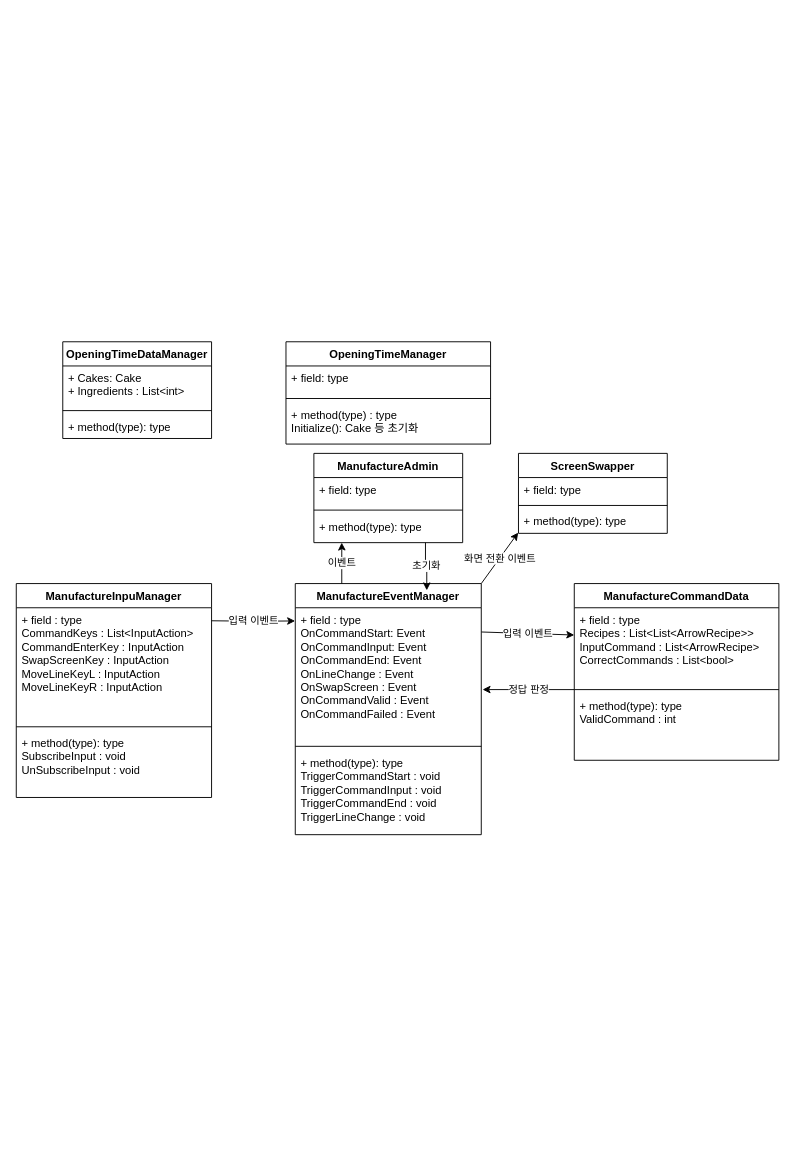
Before: Assets/Scripts/Manufacture/Manufacture.drawio in JeongHwanjun/Muffin, a draw.io diagram. Source tidied: cells renumbered, new cells numbered last; positions are measured from the earlier drawing's top-left corner, leaving out a move shared by most shapes. Both pictures are drawn from the tidied source at 93%, with x=0, y=0 at pixel (16, 341).
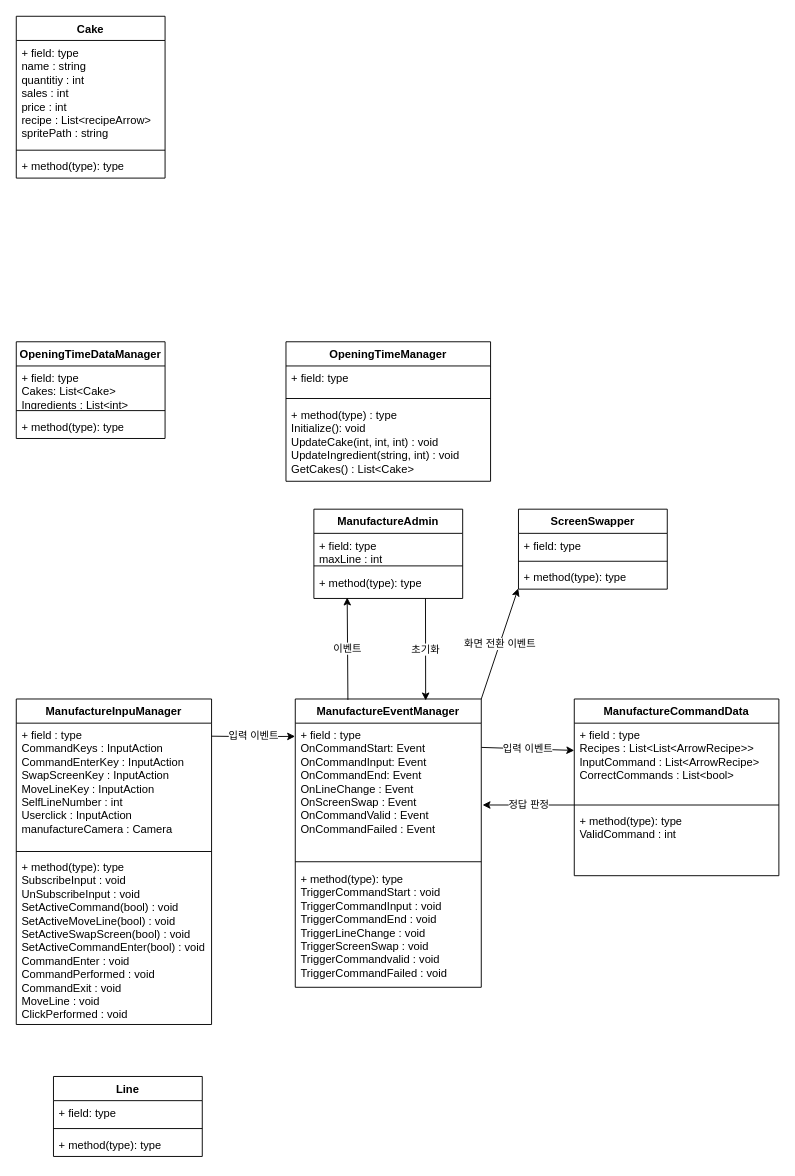
After the change.

The change refers to these unchanged cells:
```xml
<mxCell id="9" value="+ method(type): type" style="text;strokeColor=none;fillColor=none;align=left;verticalAlign=top;spacingLeft=4;spacingRight=4;overflow=hidden;points=[[0,0.5],[1,0.5]];portConstraint=eastwest;whiteSpace=wrap;html=1;" parent="6" vertex="1">
  <mxGeometry y="66" width="160" height="30" as="geometry" />
</mxCell>
```

What changed in the source:
```diff
@@
     <mxCell id="2" value="OpeningTimeManager" style="swimlane;fontStyle=1;align=center;verticalAlign=top;horizontal=1;startSize=26;whiteSpace=wrap;html=1;" parent="1" vertex="1">
-      <mxGeometry x="290" width="220" height="110" as="geometry" />
+      <mxGeometry x="290" width="220" height="150" as="geometry" />
     </mxCell>
@@
-    <mxCell id="5" value="&lt;div&gt;+ method(type) : type&lt;/div&gt;Initialize(): Cake 등 초기화" style="text;strokeColor=none;fillColor=none;align=left;verticalAlign=top;spacingLeft=4;spacingRight=4;overflow=hidden;whiteSpace=wrap;html=1;" parent="2" vertex="1">
-      <mxGeometry y="66" width="220" height="44" as="geometry" />
+    <mxCell id="5" value="&lt;div&gt;+ method(type) : type&lt;/div&gt;Initialize(): void&lt;div&gt;UpdateCake(int, int, int) : void&lt;/div&gt;&lt;div&gt;UpdateIngredient(string, int) : void&lt;/div&gt;&lt;div&gt;GetCakes() : List&amp;lt;Cake&amp;gt;&lt;/div&gt;" style="text;strokeColor=none;fillColor=none;align=left;verticalAlign=top;spacingLeft=4;spacingRight=4;overflow=hidden;whiteSpace=wrap;html=1;" parent="2" vertex="1">
+      <mxGeometry y="66" width="220" height="84" as="geometry" />
     </mxCell>
     <mxCell id="6" value="ManufactureAdmin" style="swimlane;fontStyle=1;align=center;verticalAlign=top;horizontal=1;startSize=26;whiteSpace=wrap;html=1;" parent="1" vertex="1">
-      <mxGeometry x="320" y="120" width="160" height="96" as="geometry" />
+      <mxGeometry x="320" y="180" width="160" height="96" as="geometry" />
     </mxCell>
-    <mxCell id="7" value="+ field: type" style="text;strokeColor=none;fillColor=none;align=left;verticalAlign=top;spacingLeft=4;spacingRight=4;overflow=hidden;whiteSpace=wrap;html=1;" parent="6" vertex="1">
+    <mxCell id="7" value="+ field: type&lt;div&gt;maxLine : int&lt;/div&gt;" style="text;strokeColor=none;fillColor=none;align=left;verticalAlign=top;spacingLeft=4;spacingRight=4;overflow=hidden;whiteSpace=wrap;html=1;" parent="6" vertex="1">
       <mxGeometry y="26" width="160" height="30" as="geometry" />
     </mxCell>
@@
     <mxCell id="10" value="ManufactureEventManager" style="swimlane;fontStyle=1;align=center;verticalAlign=top;horizontal=1;startSize=26;whiteSpace=wrap;html=1;" parent="1" vertex="1">
-      <mxGeometry x="300" y="260" width="200" height="270" as="geometry" />
+      <mxGeometry x="300" y="384.1" width="200" height="310" as="geometry" />
     </mxCell>
-    <mxCell id="11" value="&lt;div&gt;+ field : type&lt;/div&gt;OnCommandStart: Event&lt;div&gt;OnCommandInput: Event&lt;/div&gt;&lt;div&gt;OnCommandEnd: Event&lt;/div&gt;&lt;div&gt;OnLineChange : Event&lt;/div&gt;&lt;div&gt;OnSwapScreen : Event&lt;/div&gt;&lt;div&gt;OnCommandValid : Event&lt;/div&gt;&lt;div&gt;OnCommandFailed : Event&lt;/div&gt;" style="text;strokeColor=none;fillColor=none;align=left;verticalAlign=top;spacingLeft=4;spacingRight=4;overflow=hidden;points=[[0,0.5],[1,0.5]];portConstraint=eastwest;whiteSpace=wrap;html=1;" parent="10" vertex="1">
+    <mxCell id="11" value="&lt;div&gt;+ field : type&lt;/div&gt;OnCommandStart: Event&lt;div&gt;OnCommandInput: Event&lt;/div&gt;&lt;div&gt;OnCommandEnd: Event&lt;/div&gt;&lt;div&gt;OnLineChange : Event&lt;/div&gt;&lt;div&gt;OnScreenSwap : Event&lt;/div&gt;&lt;div&gt;OnCommandValid : Event&lt;/div&gt;&lt;div&gt;OnCommandFailed : Event&lt;/div&gt;" style="text;strokeColor=none;fillColor=none;align=left;verticalAlign=top;spacingLeft=4;spacingRight=4;overflow=hidden;points=[[0,0.5],[1,0.5]];portConstraint=eastwest;whiteSpace=wrap;html=1;" parent="10" vertex="1">
       <mxGeometry y="26" width="200" height="144" as="geometry" />
     </mxCell>
@@
-    <mxCell id="13" value="&lt;div&gt;+ method(type): type&lt;/div&gt;TriggerCommandStart : void&lt;div&gt;TriggerCommandInput : void&lt;/div&gt;&lt;div&gt;TriggerCommandEnd : void&lt;/div&gt;&lt;div&gt;TriggerLineChange : void&lt;/div&gt;" style="text;strokeColor=none;fillColor=none;align=left;verticalAlign=top;spacingLeft=4;spacingRight=4;overflow=hidden;whiteSpace=wrap;html=1;" parent="10" vertex="1">
-      <mxGeometry y="180" width="200" height="90" as="geometry" />
+    <mxCell id="13" value="&lt;div&gt;+ method(type): type&lt;/div&gt;TriggerCommandStart : void&lt;div&gt;TriggerCommandInput : void&lt;/div&gt;&lt;div&gt;TriggerCommandEnd : void&lt;/div&gt;&lt;div&gt;TriggerLineChange : void&lt;/div&gt;&lt;div&gt;TriggerScreenSwap : void&lt;/div&gt;&lt;div&gt;TriggerCommandvalid : void&lt;/div&gt;&lt;div&gt;TriggerCommandFailed : void&lt;/div&gt;" style="text;strokeColor=none;fillColor=none;align=left;verticalAlign=top;spacingLeft=4;spacingRight=4;overflow=hidden;whiteSpace=wrap;html=1;" parent="10" vertex="1">
+      <mxGeometry y="180" width="200" height="130" as="geometry" />
     </mxCell>
-    <mxCell id="14" value="이벤트" style="edgeStyle=orthogonalEdgeStyle;rounded=0;jettySize=auto;html=1;exitX=0.25;exitY=0;exitDx=0;exitDy=0;entryX=0.187;entryY=0.998;entryDx=0;entryDy=0;entryPerimeter=0;" parent="1" edge="1" source="10" target="9">
-      <mxGeometry relative="1" as="geometry">
-        <Array as="points">
-          <mxPoint x="350" y="220" />
-        </Array>
-      </mxGeometry>
-    </mxCell>
-    <mxCell id="15" value="초기화" style="edgeStyle=orthogonalEdgeStyle;rounded=0;jettySize=auto;html=1;entryX=0.707;entryY=0.027;entryDx=0;entryDy=0;entryPerimeter=0;" parent="1" edge="1" source="6" target="10">
-      <mxGeometry relative="1" as="geometry">
-        <Array as="points">
-          <mxPoint x="440" y="240" />
-          <mxPoint x="441" y="240" />
-        </Array>
-      </mxGeometry>
-    </mxCell>
     <mxCell id="16" value="ScreenSwapper" style="swimlane;fontStyle=1;align=center;verticalAlign=top;horizontal=1;startSize=26;whiteSpace=wrap;html=1;" parent="1" vertex="1">
-      <mxGeometry x="540" y="120" width="160" height="86" as="geometry" />
+      <mxGeometry x="540" y="180" width="160" height="86" as="geometry" />
     </mxCell>
@@
     <mxCell id="22" value="OpeningTimeDataManager" style="swimlane;fontStyle=1;align=center;verticalAlign=top;horizontal=1;startSize=26;whiteSpace=wrap;html=1;" parent="1" vertex="1">
-      <mxGeometry x="50" width="160" height="104" as="geometry" />
+      <mxGeometry width="160" height="104" as="geometry" />
     </mxCell>
-    <mxCell id="23" value="+ Cakes: Cake&lt;div&gt;+ Ingredients : List&amp;lt;int&amp;gt;&lt;/div&gt;" style="text;strokeColor=none;fillColor=none;align=left;verticalAlign=top;spacingLeft=4;spacingRight=4;overflow=hidden;whiteSpace=wrap;html=1;" parent="22" vertex="1">
+    <mxCell id="23" value="&lt;div&gt;+ field: type&lt;/div&gt;Cakes: List&amp;lt;Cake&amp;gt;&lt;div&gt;Ingredients : List&amp;lt;int&amp;gt;&lt;/div&gt;" style="text;strokeColor=none;fillColor=none;align=left;verticalAlign=top;spacingLeft=4;spacingRight=4;overflow=hidden;whiteSpace=wrap;html=1;" parent="22" vertex="1">
       <mxGeometry y="26" width="160" height="44" as="geometry" />
     </mxCell>
@@
     <mxCell id="26" value="입력 이벤트" style="edgeStyle=orthogonalEdgeStyle;rounded=0;orthogonalLoop=1;jettySize=auto;html=1;entryX=-0.001;entryY=0.019;entryDx=0;entryDy=0;entryPerimeter=0;" parent="1" edge="1">
       <mxGeometry relative="1" as="geometry">
-        <mxPoint x="210" y="300" as="sourcePoint" />
-        <mxPoint x="299.8" y="300.2" as="targetPoint" />
+        <mxPoint x="210" y="424.1" as="sourcePoint" />
+        <mxPoint x="299.8" y="424.3" as="targetPoint" />
       </mxGeometry>
     </mxCell>
     <mxCell id="27" value="ManufactureInpuManager" style="swimlane;fontStyle=1;align=center;verticalAlign=top;horizontal=1;startSize=26;whiteSpace=wrap;html=1;" parent="1" vertex="1">
-      <mxGeometry y="260" width="210" height="230" as="geometry" />
+      <mxGeometry y="384.1" width="210" height="350" as="geometry" />
     </mxCell>
-    <mxCell id="28" value="&lt;div&gt;&lt;div&gt;+ field : type&lt;/div&gt;&lt;/div&gt;CommandKeys : List&amp;lt;InputAction&amp;gt;&lt;div&gt;&lt;div&gt;CommandEnterKey : InputAction&lt;/div&gt;&lt;div&gt;SwapScreenKey : InputAction&lt;/div&gt;&lt;div&gt;MoveLineKeyL : InputAction&lt;/div&gt;&lt;div&gt;MoveLineKeyR : InputAction&lt;/div&gt;&lt;/div&gt;" style="text;strokeColor=none;fillColor=none;align=left;verticalAlign=top;spacingLeft=4;spacingRight=4;overflow=hidden;whiteSpace=wrap;html=1;" parent="27" vertex="1">
-      <mxGeometry y="26" width="210" height="124" as="geometry" />
+    <mxCell id="28" value="&lt;div&gt;&lt;div&gt;+ field : type&lt;/div&gt;&lt;/div&gt;CommandKeys : InputAction&lt;div&gt;&lt;div&gt;CommandEnterKey : InputAction&lt;/div&gt;&lt;div&gt;SwapScreenKey : InputAction&lt;/div&gt;&lt;div&gt;MoveLineKey : InputAction&lt;/div&gt;&lt;/div&gt;&lt;div&gt;SelfLineNumber : int&lt;/div&gt;&lt;div&gt;Userclick : InputAction&lt;/div&gt;&lt;div&gt;manufactureCamera : Camera&lt;/div&gt;&lt;div&gt;&lt;br&gt;&lt;/div&gt;" style="text;strokeColor=none;fillColor=none;align=left;verticalAlign=top;spacingLeft=4;spacingRight=4;overflow=hidden;whiteSpace=wrap;html=1;" parent="27" vertex="1">
+      <mxGeometry y="26" width="210" height="134" as="geometry" />
     </mxCell>
     <mxCell id="29" style="line;strokeWidth=1;fillColor=none;align=left;verticalAlign=middle;spacingTop=-1;spacingLeft=3;spacingRight=3;labelPosition=right;strokeColor=inherit;" parent="27" vertex="1">
-      <mxGeometry y="150" width="210" height="8" as="geometry" />
+      <mxGeometry y="160" width="210" height="8" as="geometry" />
     </mxCell>
-    <mxCell id="30" value="+ method(type): type&lt;div&gt;SubscribeInput : void&lt;/div&gt;&lt;div&gt;UnSubscribeInput : void&lt;/div&gt;&lt;div&gt;&lt;br&gt;&lt;/div&gt;" style="text;strokeColor=none;fillColor=none;align=left;verticalAlign=top;spacingLeft=4;spacingRight=4;overflow=hidden;whiteSpace=wrap;html=1;" parent="27" vertex="1">
-      <mxGeometry y="158" width="210" height="72" as="geometry" />
+    <mxCell id="30" value="+ method(type): type&lt;div&gt;SubscribeInput : void&lt;/div&gt;&lt;div&gt;UnSubscribeInput : void&lt;/div&gt;&lt;div&gt;SetActiveCommand(bool) : void&lt;/div&gt;&lt;div&gt;SetActiveMoveLine(bool) : void&lt;/div&gt;&lt;div&gt;SetActiveSwapScreen(bool) : void&lt;/div&gt;&lt;div&gt;SetActiveCommandEnter(bool) : void&lt;/div&gt;&lt;div&gt;CommandEnter : void&lt;/div&gt;&lt;div&gt;CommandPerformed : void&lt;/div&gt;&lt;div&gt;CommandExit : void&lt;/div&gt;&lt;div&gt;MoveLine : void&lt;/div&gt;&lt;div&gt;ClickPerformed : void&lt;/div&gt;&lt;div&gt;&lt;br&gt;&lt;/div&gt;" style="text;strokeColor=none;fillColor=none;align=left;verticalAlign=top;spacingLeft=4;spacingRight=4;overflow=hidden;whiteSpace=wrap;html=1;" parent="27" vertex="1">
+      <mxGeometry y="168" width="210" height="182" as="geometry" />
     </mxCell>
     <mxCell id="31" value="ManufactureCommandData" style="swimlane;fontStyle=1;align=center;verticalAlign=top;horizontal=1;startSize=26;whiteSpace=wrap;html=1;" parent="1" vertex="1">
-      <mxGeometry x="600" y="260" width="220" height="190" as="geometry" />
+      <mxGeometry x="600" y="384.1" width="220" height="190" as="geometry" />
     </mxCell>
@@
     <mxCell id="36" value="정답 판정" style="endArrow=classic;html=1;rounded=0;entryX=1.007;entryY=0.611;entryDx=0;entryDy=0;entryPerimeter=0;" parent="1" edge="1" target="11">
       <mxGeometry relative="1" as="geometry">
-        <mxPoint x="600" y="374" as="sourcePoint" />
+        <mxPoint x="600" y="498.1" as="sourcePoint" />
       </mxGeometry>
     </mxCell>
+    <mxCell id="37" value="Line" style="swimlane;fontStyle=1;align=center;verticalAlign=top;horizontal=1;startSize=26;whiteSpace=wrap;html=1;" parent="1" vertex="1">
+      <mxGeometry x="40" y="790" width="160" height="86" as="geometry" />
+    </mxCell>
+    <mxCell id="38" value="+ field: type&lt;div&gt;&lt;br&gt;&lt;/div&gt;" style="text;strokeColor=none;fillColor=none;align=left;verticalAlign=top;spacingLeft=4;spacingRight=4;overflow=hidden;whiteSpace=wrap;html=1;" parent="37" vertex="1">
+      <mxGeometry y="26" width="160" height="26" as="geometry" />
+    </mxCell>
+    <mxCell id="39" style="line;strokeWidth=1;fillColor=none;align=left;verticalAlign=middle;spacingTop=-1;spacingLeft=3;spacingRight=3;labelPosition=right;strokeColor=inherit;" parent="37" vertex="1">
+      <mxGeometry y="52" width="160" height="8" as="geometry" />
+    </mxCell>
+    <mxCell id="40" value="+ method(type): type" style="text;strokeColor=none;fillColor=none;align=left;verticalAlign=top;spacingLeft=4;spacingRight=4;overflow=hidden;whiteSpace=wrap;html=1;" parent="37" vertex="1">
+      <mxGeometry y="60" width="160" height="26" as="geometry" />
+    </mxCell>
+    <mxCell id="15" value="초기화" style="endArrow=classic;html=1;rounded=0;entryX=0.701;entryY=0.005;entryDx=0;entryDy=0;entryPerimeter=0;exitX=0.75;exitY=1;exitDx=0;exitDy=0;" parent="1" edge="1" source="6" target="10">
+      <mxGeometry relative="1" as="geometry" />
+    </mxCell>
+    <mxCell id="14" value="이벤트" style="endArrow=classic;html=1;rounded=0;exitX=0.283;exitY=0.003;exitDx=0;exitDy=0;exitPerimeter=0;entryX=0.224;entryY=0.967;entryDx=0;entryDy=0;entryPerimeter=0;" parent="1" edge="1" source="10" target="9">
+      <mxGeometry relative="1" as="geometry" />
+    </mxCell>
+    <mxCell id="41" value="Cake" style="swimlane;fontStyle=1;align=center;verticalAlign=top;horizontal=1;startSize=26;whiteSpace=wrap;html=1;" parent="1" vertex="1">
+      <mxGeometry y="-350" width="160" height="174" as="geometry" />
+    </mxCell>
+    <mxCell id="42" value="+ field: type&lt;div&gt;name : string&lt;/div&gt;&lt;div&gt;quantitiy : int&lt;/div&gt;&lt;div&gt;sales : int&lt;/div&gt;&lt;div&gt;price : int&lt;/div&gt;&lt;div&gt;recipe : List&amp;lt;recipeArrow&amp;gt;&lt;/div&gt;&lt;div&gt;spritePath : string&lt;/div&gt;" style="text;strokeColor=none;fillColor=none;align=left;verticalAlign=top;spacingLeft=4;spacingRight=4;overflow=hidden;whiteSpace=wrap;html=1;" parent="41" vertex="1">
+      <mxGeometry y="26" width="160" height="114" as="geometry" />
+    </mxCell>
+    <mxCell id="43" style="line;strokeWidth=1;fillColor=none;align=left;verticalAlign=middle;spacingTop=-1;spacingLeft=3;spacingRight=3;labelPosition=right;strokeColor=inherit;" parent="41" vertex="1">
+      <mxGeometry y="140" width="160" height="8" as="geometry" />
+    </mxCell>
+    <mxCell id="44" value="+ method(type): type" style="text;strokeColor=none;fillColor=none;align=left;verticalAlign=top;spacingLeft=4;spacingRight=4;overflow=hidden;whiteSpace=wrap;html=1;" parent="41" vertex="1">
+      <mxGeometry y="148" width="160" height="26" as="geometry" />
+    </mxCell>
```
